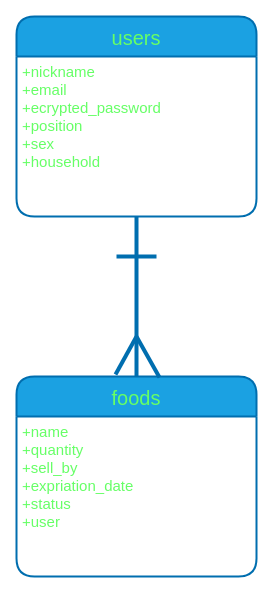
This is seaweed.dio from tnakamura0314/seaweed, a draw.io file, before an edit. Source tidied: cells renumbered, new cells numbered last; positions are measured from the earlier drawing's top-left corner, leaving out a move shared by most shapes. Both pictures are drawn from the tidied source at 100%, with x=0, y=0 at pixel (16, 16).
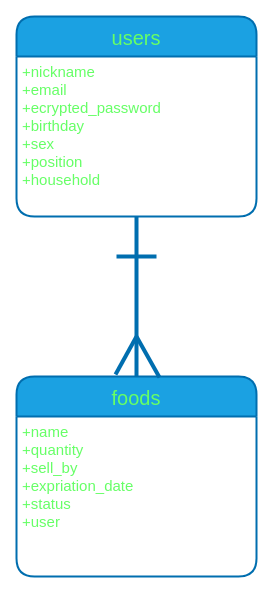
The same diagram, later.

Change to the diagram source:
```diff
@@
 <mxGraphModel>
   <root>
     <mxCell id="0" />
     <mxCell id="1" parent="0" />
     <mxCell id="2" value="users" style="swimlane;horizontal=1;startSize=40;rounded=1;fontSize=20;fontStyle=0;strokeWidth=2;shadow=0;dashed=0;align=center;fillColor=#1ba1e2;strokeColor=#006EAF;fontColor=#66FF66;" parent="1" vertex="1">
       <mxGeometry width="240" height="200" as="geometry" />
     </mxCell>
-    <mxCell id="3" value="+nickname&#10;+email&#10;+ecrypted_password&#10;+position&#10;+sex&#10;+household" style="align=left;strokeColor=none;fillColor=none;spacingLeft=4;fontSize=15;verticalAlign=top;fontColor=#66FF66;" parent="2" vertex="1">
+    <mxCell id="3" value="+nickname&#10;+email&#10;+ecrypted_password&#10;+birthday&#10;+sex&#10;+position&#10;+household" style="align=left;strokeColor=none;fillColor=none;spacingLeft=4;fontSize=15;verticalAlign=top;fontColor=#66FF66;" parent="2" vertex="1">
       <mxGeometry y="40" width="240" height="160" as="geometry" />
     </mxCell>
     <mxCell id="4" value="foods" style="swimlane;horizontal=1;startSize=40;rounded=1;fontSize=20;fontStyle=0;strokeWidth=2;shadow=0;dashed=0;align=center;fillColor=#1ba1e2;strokeColor=#006EAF;fontColor=#66FF66;" parent="1" vertex="1">
       <mxGeometry y="360" width="240" height="200" as="geometry" />
     </mxCell>
     <mxCell id="5" value="+name&#10;+quantity&#10;+sell_by&#10;+expriation_date&#10;+status&#10;+user" style="align=left;strokeColor=none;fillColor=none;spacingLeft=4;fontSize=15;verticalAlign=top;fontColor=#66FF66;" parent="4" vertex="1">
       <mxGeometry y="40" width="240" height="160" as="geometry" />
     </mxCell>
     <mxCell id="6" style="endArrow=none;html=1;rounded=0;fontSize=17;entryX=0.5;entryY=1;entryDx=0;entryDy=0;exitX=0.5;exitY=0;exitDx=0;exitDy=0;strokeWidth=4;fillColor=#1ba1e2;strokeColor=#006EAF;" parent="1" edge="1" source="4" target="3">
       <mxGeometry relative="1" as="geometry" />
     </mxCell>
     <mxCell id="7" style="endArrow=none;html=1;rounded=0;strokeWidth=4;fontSize=17;fillColor=#1ba1e2;strokeColor=#006EAF;" parent="1" edge="1">
       <mxGeometry relative="1" as="geometry">
         <mxPoint x="100" y="240" as="sourcePoint" />
         <mxPoint x="140" y="240" as="targetPoint" />
       </mxGeometry>
     </mxCell>
     <mxCell id="8" style="endArrow=none;html=1;rounded=0;strokeWidth=4;fontSize=17;entryX=0.596;entryY=0.005;entryDx=0;entryDy=0;entryPerimeter=0;fillColor=#1ba1e2;strokeColor=#006EAF;" parent="1" edge="1" target="4">
       <mxGeometry relative="1" as="geometry">
         <mxPoint x="120" y="320" as="sourcePoint" />
       </mxGeometry>
     </mxCell>
     <mxCell id="9" style="endArrow=none;html=1;rounded=0;strokeWidth=4;fontSize=17;fillColor=#1ba1e2;strokeColor=#006EAF;" parent="1" edge="1">
       <mxGeometry relative="1" as="geometry">
         <mxPoint x="120" y="320" as="sourcePoint" />
         <mxPoint x="99" y="358" as="targetPoint" />
       </mxGeometry>
     </mxCell>
   </root>
 </mxGraphModel>
```
